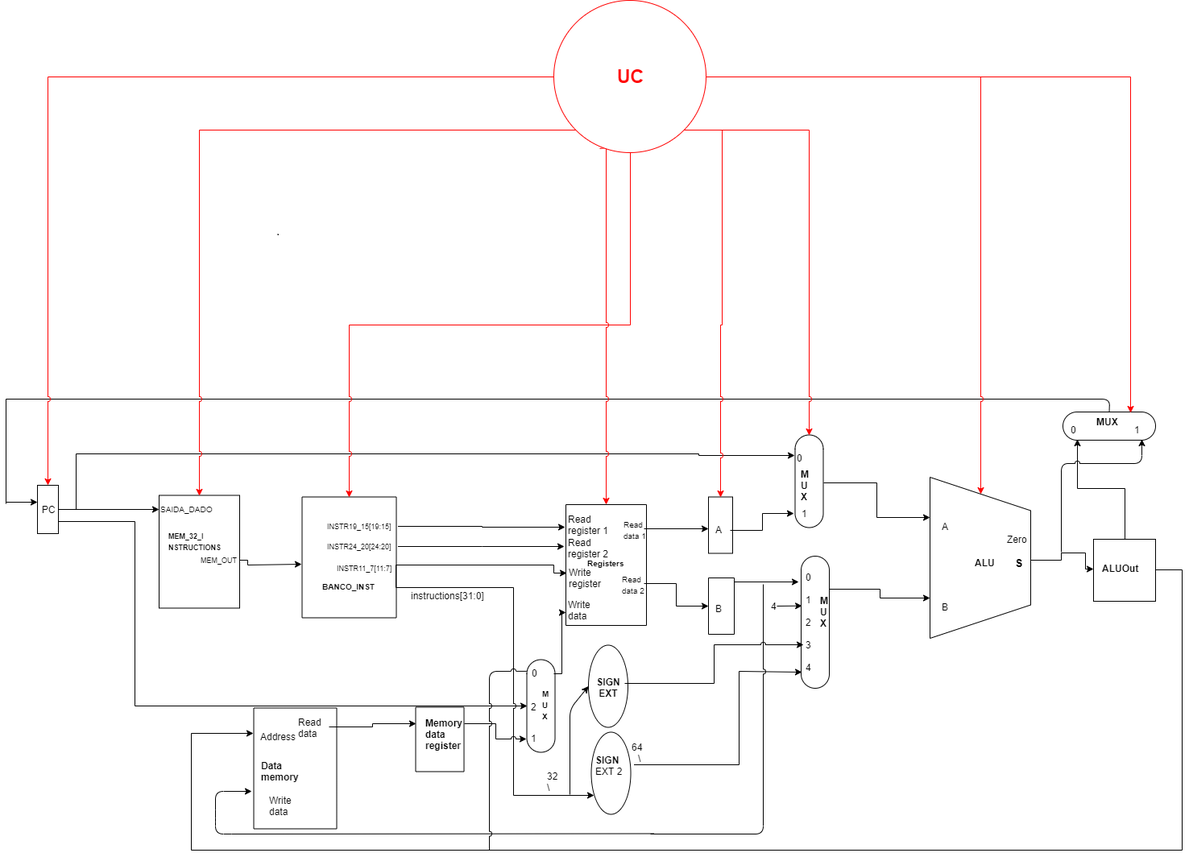
Above: imageMaps/Arquitetura_da_CPU.png in lucasgrisiq/procRISCV (draw.io), before the change. Source tidied: cells renumbered, new cells last; positions are measured from the earlier drawing's top-left corner, leaving out a move shared by most shapes.
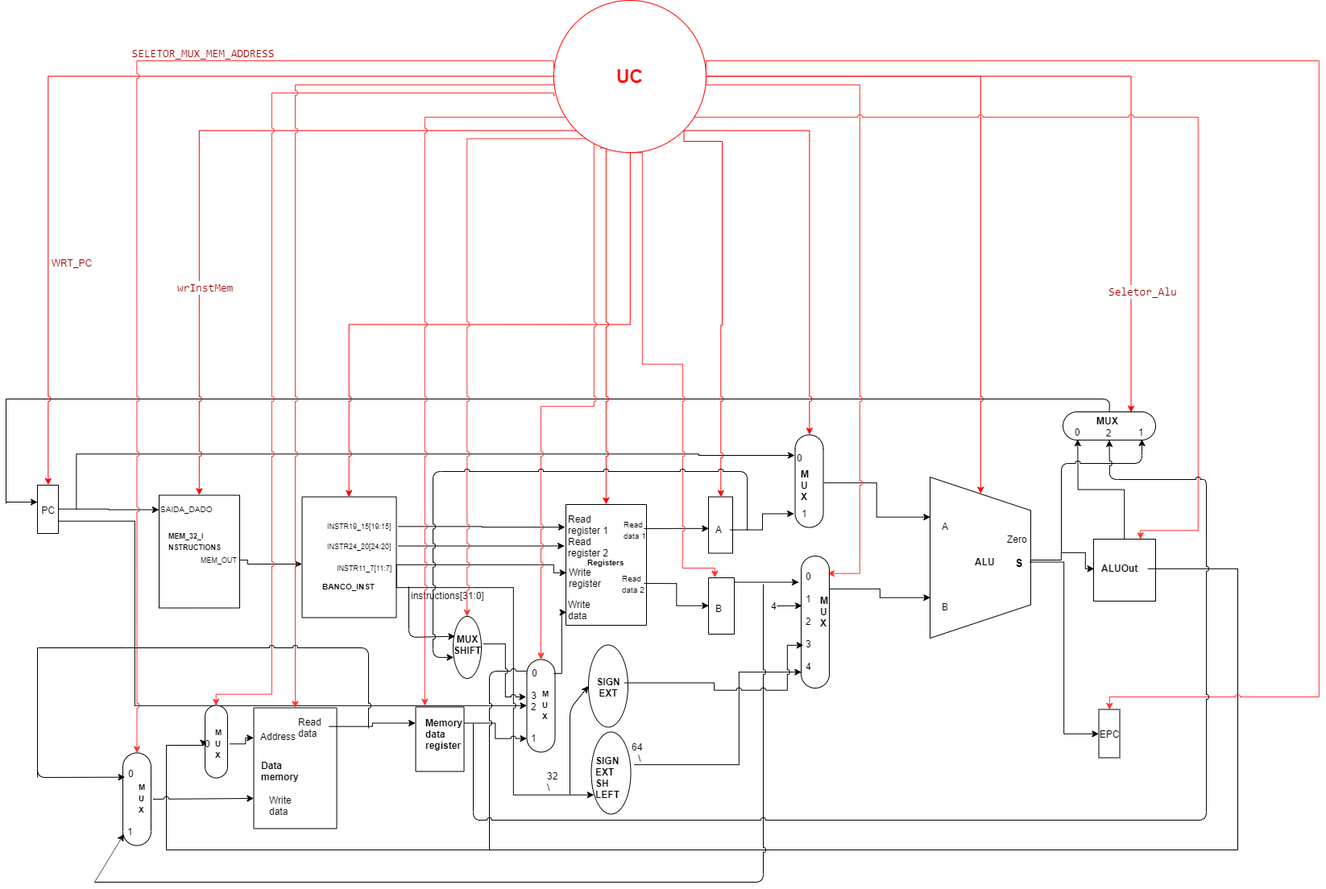
Above is the later version.

Diff of the diagram source:
```diff
@@ -82,4 +82,6 @@
     </mxCell>
-    <mxCell id="17" style="edgeStyle=orthogonalEdgeStyle;rounded=0;jumpStyle=arc;jettySize=auto;html=1;exitX=0.5;exitY=0;exitDx=0;exitDy=0;entryX=0.5;entryY=1.075;entryDx=0;entryDy=0;entryPerimeter=0;" parent="1" edge="1" source="18" target="92">
-      <mxGeometry relative="1" as="geometry" />
+    <mxCell id="17" style="edgeStyle=orthogonalEdgeStyle;rounded=0;jumpStyle=arc;jettySize=auto;html=1;exitX=0.5;exitY=0;exitDx=0;exitDy=0;entryX=0.5;entryY=1.075;entryDx=0;entryDy=0;entryPerimeter=0;" parent="1" edge="1" source="18">
+      <mxGeometry relative="1" as="geometry">
+        <mxPoint x="1330.3" y="545.1" as="targetPoint" />
+      </mxGeometry>
     </mxCell>
@@ -230,13 +232,15 @@
     </mxCell>
-    <mxCell id="60" style="edgeStyle=orthogonalEdgeStyle;rounded=0;jettySize=auto;html=1;exitX=1;exitY=0.5;exitDx=0;exitDy=0;entryX=0.213;entryY=1.005;entryDx=0;entryDy=0;entryPerimeter=0;" parent="1" edge="1" source="18" target="19">
-      <mxGeometry relative="1" as="geometry">
-        <Array as="points">
-          <mxPoint x="1427" y="707" />
-          <mxPoint x="1460" y="707" />
-          <mxPoint x="1460" y="1055" />
-          <mxPoint x="230" y="1055" />
-          <mxPoint x="230" y="910" />
-        </Array>
-      </mxGeometry>
-    </mxCell>
+    <mxCell id="105" style="edgeStyle=orthogonalEdgeStyle;rounded=0;jumpStyle=arc;orthogonalLoop=1;jettySize=auto;html=1;entryX=0.051;entryY=0.639;entryDx=0;entryDy=0;entryPerimeter=0;" parent="1" edge="1">
+      <mxGeometry relative="1" as="geometry">
+        <mxPoint x="1417.5" y="705.7" as="sourcePoint" />
+        <mxPoint x="244.7" y="926.3" as="targetPoint" />
+        <Array as="points">
+          <mxPoint x="1529" y="706" />
+          <mxPoint x="1529" y="1055" />
+          <mxPoint x="199" y="1055" />
+          <mxPoint x="199" y="925" />
+          <mxPoint x="245" y="925" />
+        </Array>
+      </mxGeometry>
+    </mxCell>
     <mxCell id="61" value="&lt;b&gt;ALUOut&lt;/b&gt;" style="text;html=1;align=left;verticalAlign=top;spacingTop=-4;" parent="1" vertex="1">
@@ -288,4 +292,4 @@
     </mxCell>
-    <mxCell id="73" value="&lt;b&gt;SIGN&lt;br&gt;&lt;/b&gt;EXT 2" style="text;html=1;points=[];align=left;verticalAlign=top;spacingTop=-4;" parent="1" vertex="1">
-      <mxGeometry x="729.5" y="933.5" width="50" height="30" as="geometry" />
+    <mxCell id="73" value="&lt;b&gt;SIGN&lt;br&gt;EXT&lt;br&gt;SH&lt;br&gt;LEFT&lt;/b&gt;" style="text;html=1;points=[];align=left;verticalAlign=top;spacingTop=-4;" parent="1" vertex="1">
+      <mxGeometry x="729.5" y="934.5" width="50" height="50" as="geometry" />
     </mxCell>
@@ -311,2 +315,5 @@
     </mxCell>
+    <mxCell id="106" style="edgeStyle=orthogonalEdgeStyle;rounded=0;jumpStyle=arc;jettySize=auto;html=1;entryX=0;entryY=0.5;entryDx=0;entryDy=0;strokeColor=#000000;" parent="1" edge="1" source="77" target="138">
+      <mxGeometry relative="1" as="geometry" />
+    </mxCell>
     <mxCell id="77" value="&lt;b&gt;&lt;font style=&quot;font-size: 14px&quot;&gt;S&lt;/font&gt;&lt;/b&gt;" style="text;html=1;points=[];align=left;verticalAlign=top;spacingTop=-4;" parent="1" vertex="1">
@@ -316,6 +323,6 @@
       <mxGeometry relative="1" as="geometry">
-        <mxPoint x="800" y="1035" as="sourcePoint" />
+        <mxPoint x="110" y="1095" as="sourcePoint" />
         <mxPoint x="940" y="725" as="targetPoint" />
         <Array as="points">
-          <mxPoint x="940" y="1035" />
+          <mxPoint x="940" y="1095" />
         </Array>
@@ -323,19 +330,2 @@
     </mxCell>
-    <mxCell id="79" style="endArrow=none;html=1;" parent="1" edge="1">
-      <mxGeometry relative="1" as="geometry">
-        <mxPoint x="280" y="1035" as="sourcePoint" />
-        <mxPoint x="804.5" y="1034.5" as="targetPoint" />
-      </mxGeometry>
-    </mxCell>
-    <mxCell id="80" style="endArrow=classic;html=1;" parent="1" edge="1">
-      <mxGeometry relative="1" as="geometry">
-        <mxPoint x="280" y="1035" as="sourcePoint" />
-        <mxPoint x="305" y="982" as="targetPoint" />
-        <Array as="points">
-          <mxPoint x="260" y="1035" />
-          <mxPoint x="260" y="1015" />
-          <mxPoint x="260" y="982" />
-        </Array>
-      </mxGeometry>
-    </mxCell>
     <mxCell id="81" value="\" style="text;html=1;align=left;verticalAlign=top;spacingTop=-4;" parent="1" vertex="1">
@@ -364,3 +354,10 @@
     <mxCell id="87" style="edgeStyle=orthogonalEdgeStyle;rounded=0;jumpStyle=arc;jettySize=auto;html=1;exitX=1;exitY=0.25;exitDx=0;exitDy=0;entryX=-0.05;entryY=0.723;entryDx=0;entryDy=0;entryPerimeter=0;" parent="1" edge="1" source="88" target="53">
-      <mxGeometry relative="1" as="geometry" />
+      <mxGeometry relative="1" as="geometry">
+        <Array as="points">
+          <mxPoint x="879" y="847" />
+          <mxPoint x="879" y="857" />
+          <mxPoint x="970" y="857" />
+          <mxPoint x="970" y="801" />
+        </Array>
+      </mxGeometry>
     </mxCell>
@@ -382,5 +379,2 @@
     </mxCell>
-    <mxCell id="92" value="0" style="text;html=1;points=[];align=left;verticalAlign=top;spacingTop=-4;" parent="1" vertex="1">
-      <mxGeometry x="1320" y="523.5" width="20" height="20" as="geometry" />
-    </mxCell>
     <mxCell id="93" value="&lt;b&gt;MUX&lt;br&gt;&lt;br&gt;&lt;/b&gt;" style="text;html=1;points=[];align=left;verticalAlign=top;spacingTop=-4;direction=west;" parent="1" vertex="1">
@@ -388,5 +382,2 @@
     </mxCell>
-    <mxCell id="94" value="1" style="text;html=1;points=[];align=left;verticalAlign=top;spacingTop=-4;" parent="1" vertex="1">
-      <mxGeometry x="1398.5" y="523.5" width="20" height="20" as="geometry" />
-    </mxCell>
     <mxCell id="95" style="endArrow=classic;html=1;jumpStyle=arc;" parent="1" edge="1">
@@ -428,4 +419,100 @@
     <mxCell id="103" style="edgeStyle=orthogonalEdgeStyle;rounded=0;jumpStyle=arc;jettySize=auto;html=1;exitX=1;exitY=1;exitDx=0;exitDy=0;entryX=0;entryY=0.5;entryDx=0;entryDy=0;strokeColor=#FF0000;" parent="1" edge="1" source="104" target="9">
-      <mxGeometry relative="1" as="geometry" />
+      <mxGeometry relative="1" as="geometry">
+        <Array as="points">
+          <mxPoint x="842" y="175" />
+          <mxPoint x="889" y="175" />
+          <mxPoint x="889" y="403" />
+          <mxPoint x="887" y="403" />
+        </Array>
+      </mxGeometry>
     </mxCell>
+    <mxCell id="107" style="edgeStyle=orthogonalEdgeStyle;rounded=0;jumpStyle=arc;jettySize=auto;html=1;exitX=0.212;exitY=0.907;exitDx=0;exitDy=0;entryX=0;entryY=0.5;entryDx=0;entryDy=0;strokeColor=#FF3333;exitPerimeter=0;" parent="1" edge="1" source="104" target="132">
+      <mxGeometry relative="1" as="geometry" />
+    </mxCell>
+    <mxCell id="108" style="edgeStyle=orthogonalEdgeStyle;rounded=0;jumpStyle=arc;jettySize=auto;html=1;exitX=1;exitY=0.5;exitDx=0;exitDy=0;strokeColor=#FF3333;entryX=0.132;entryY=0.057;entryDx=0;entryDy=0;entryPerimeter=0;" parent="1" edge="1" source="104" target="14">
+      <mxGeometry relative="1" as="geometry">
+        <Array as="points">
+          <mxPoint x="869" y="105" />
+          <mxPoint x="1060" y="105" />
+          <mxPoint x="1060" y="712" />
+        </Array>
+      </mxGeometry>
+    </mxCell>
+    <mxCell id="109" style="edgeStyle=orthogonalEdgeStyle;rounded=0;jumpStyle=arc;jettySize=auto;html=1;exitX=1;exitY=1;exitDx=0;exitDy=0;strokeColor=#FF3333;entryX=0.75;entryY=0;entryDx=0;entryDy=0;" parent="1" edge="1" source="104" target="18">
+      <mxGeometry relative="1" as="geometry">
+        <Array as="points">
+          <mxPoint x="842" y="145" />
+          <mxPoint x="1480" y="145" />
+          <mxPoint x="1480" y="658" />
+          <mxPoint x="1408" y="658" />
+        </Array>
+      </mxGeometry>
+    </mxCell>
+    <mxCell id="110" style="edgeStyle=orthogonalEdgeStyle;rounded=0;jumpStyle=arc;jettySize=auto;html=1;exitX=0.5;exitY=1;exitDx=0;exitDy=0;strokeColor=#FF3333;entryX=0;entryY=0.75;entryDx=0;entryDy=0;" parent="1" edge="1" source="104" target="11">
+      <mxGeometry relative="1" as="geometry">
+        <Array as="points">
+          <mxPoint x="790" y="189" />
+          <mxPoint x="790" y="452" />
+          <mxPoint x="840" y="452" />
+          <mxPoint x="840" y="705" />
+          <mxPoint x="880" y="705" />
+        </Array>
+      </mxGeometry>
+    </mxCell>
+    <mxCell id="111" style="edgeStyle=orthogonalEdgeStyle;rounded=0;jumpStyle=arc;jettySize=auto;html=1;exitX=0.006;exitY=0.625;exitDx=0;exitDy=0;strokeColor=#FF3333;entryX=0;entryY=0.5;entryDx=0;entryDy=0;exitPerimeter=0;" parent="1" edge="1" source="104" target="121">
+      <mxGeometry relative="1" as="geometry">
+        <Array as="points">
+          <mxPoint x="680" y="118" />
+          <mxPoint x="680" y="115" />
+          <mxPoint x="330" y="115" />
+          <mxPoint x="330" y="862" />
+          <mxPoint x="261" y="862" />
+        </Array>
+      </mxGeometry>
+    </mxCell>
+    <mxCell id="112" style="edgeStyle=orthogonalEdgeStyle;rounded=0;jumpStyle=arc;jettySize=auto;html=1;strokeColor=#FF3333;" parent="1" edge="1" target="117">
+      <mxGeometry relative="1" as="geometry">
+        <mxPoint x="680" y="85" as="sourcePoint" />
+        <Array as="points">
+          <mxPoint x="680" y="75" />
+          <mxPoint x="162" y="75" />
+        </Array>
+      </mxGeometry>
+    </mxCell>
+    <mxCell id="113" style="edgeStyle=orthogonalEdgeStyle;rounded=0;jumpStyle=arc;jettySize=auto;html=1;exitX=0;exitY=0.5;exitDx=0;exitDy=0;strokeColor=#FF3333;" parent="1" edge="1" source="104" target="19">
+      <mxGeometry relative="1" as="geometry">
+        <Array as="points">
+          <mxPoint x="680" y="105" />
+          <mxPoint x="359" y="105" />
+        </Array>
+      </mxGeometry>
+    </mxCell>
+    <mxCell id="114" style="edgeStyle=orthogonalEdgeStyle;rounded=0;jumpStyle=arc;jettySize=auto;html=1;exitX=0;exitY=1;exitDx=0;exitDy=0;strokeColor=#FF3333;" parent="1" edge="1" source="104" target="22">
+      <mxGeometry relative="1" as="geometry">
+        <Array as="points">
+          <mxPoint x="730" y="162" />
+          <mxPoint x="730" y="504" />
+          <mxPoint x="664" y="504" />
+        </Array>
+      </mxGeometry>
+    </mxCell>
+    <mxCell id="115" style="edgeStyle=orthogonalEdgeStyle;rounded=0;jumpStyle=arc;jettySize=auto;html=1;exitX=0;exitY=1;exitDx=0;exitDy=0;strokeColor=#FF3333;" parent="1" edge="1" source="104">
+      <mxGeometry relative="1" as="geometry">
+        <mxPoint x="520" y="876.1" as="targetPoint" />
+        <Array as="points">
+          <mxPoint x="707" y="145" />
+          <mxPoint x="520" y="145" />
+        </Array>
+      </mxGeometry>
+    </mxCell>
+    <mxCell id="116" style="edgeStyle=orthogonalEdgeStyle;rounded=0;jumpStyle=arc;jettySize=auto;html=1;exitX=1;exitY=0.5;exitDx=0;exitDy=0;strokeColor=#FF3333;entryX=0.5;entryY=0;entryDx=0;entryDy=0;" parent="1" edge="1" source="104" target="138">
+      <mxGeometry relative="1" as="geometry">
+        <Array as="points">
+          <mxPoint x="869" y="75" />
+          <mxPoint x="1630" y="75" />
+          <mxPoint x="1630" y="865" />
+          <mxPoint x="1370" y="865" />
+        </Array>
+      </mxGeometry>
+    </mxCell>
     <mxCell id="104" value="&lt;b&gt;&lt;font style=&quot;font-size: 23px&quot; color=&quot;#ff0000&quot;&gt;UC&lt;/font&gt;&lt;/b&gt;" style="ellipse;whiteSpace=wrap;html=1;strokeColor=#FF0000;" parent="1" vertex="1">
@@ -433,2 +520,123 @@
     </mxCell>
+    <mxCell id="117" style="rounded=1;whiteSpace=wrap;html=1;rotation=90;arcSize=50;" parent="1" vertex="1">
+      <mxGeometry x="105" y="974.5" width="115" height="35" as="geometry" />
+    </mxCell>
+    <mxCell id="118" value="&lt;b&gt;&lt;font style=&quot;font-size: 10px&quot;&gt;M&lt;br&gt;U&lt;br&gt;X&lt;/font&gt;&lt;/b&gt;" style="text;html=1;points=[];align=left;verticalAlign=top;spacingTop=-4;" parent="1" vertex="1">
+      <mxGeometry x="162.5" y="967" width="20" height="50" as="geometry" />
+    </mxCell>
+    <mxCell id="119" value="0" style="text;html=1;align=left;verticalAlign=top;spacingTop=-4;" parent="1" vertex="1">
+      <mxGeometry x="149.5" y="950.5" width="20" height="20" as="geometry" />
+    </mxCell>
+    <mxCell id="94" value="1" style="text;html=1;points=[];align=left;verticalAlign=top;spacingTop=-4;" parent="1" vertex="1">
+      <mxGeometry x="148.5" y="1022.5" width="20" height="20" as="geometry" />
+    </mxCell>
+    <mxCell id="120" style="endArrow=classic;html=1;entryX=0.75;entryY=1;entryDx=0;entryDy=0;jumpStyle=arc;" parent="1" edge="1" source="118" target="19">
+      <mxGeometry relative="1" as="geometry" />
+    </mxCell>
+    <mxCell id="121" style="rounded=1;whiteSpace=wrap;html=1;rotation=90;arcSize=50;" parent="1" vertex="1">
+      <mxGeometry x="216" y="906.5" width="90" height="28" as="geometry" />
+    </mxCell>
+    <mxCell id="122" style="edgeStyle=orthogonalEdgeStyle;rounded=0;jumpStyle=arc;jettySize=auto;html=1;entryX=0.25;entryY=1;entryDx=0;entryDy=0;" parent="1" edge="1" source="123" target="19">
+      <mxGeometry relative="1" as="geometry" />
+    </mxCell>
+    <mxCell id="123" value="&lt;b&gt;&lt;font style=&quot;font-size: 10px&quot;&gt;M&lt;br&gt;U&lt;br&gt;X&lt;/font&gt;&lt;/b&gt;" style="text;html=1;points=[];align=left;verticalAlign=top;spacingTop=-4;" parent="1" vertex="1">
+      <mxGeometry x="257.5" y="898.5" width="20" height="50" as="geometry" />
+    </mxCell>
+    <mxCell id="124" value="0" style="text;html=1;align=left;verticalAlign=top;spacingTop=-4;" parent="1" vertex="1">
+      <mxGeometry x="244.5" y="913.5" width="20" height="20" as="geometry" />
+    </mxCell>
+    <mxCell id="125" style="endArrow=classic;html=1;entryX=-0.108;entryY=0.642;entryDx=0;entryDy=0;entryPerimeter=0;" parent="1" edge="1" target="94">
+      <mxGeometry relative="1" as="geometry">
+        <mxPoint x="110" y="1095" as="sourcePoint" />
+      </mxGeometry>
+    </mxCell>
+    <mxCell id="126" style="endArrow=classic;html=1;entryX=-0.092;entryY=0.933;entryDx=0;entryDy=0;entryPerimeter=0;" parent="1" edge="1">
+      <mxGeometry relative="1" as="geometry">
+        <mxPoint x="39" y="965" as="sourcePoint" />
+        <mxPoint x="147.7" y="964.7" as="targetPoint" />
+        <Array as="points">
+          <mxPoint x="39" y="799" />
+          <mxPoint x="39" y="965" />
+        </Array>
+      </mxGeometry>
+    </mxCell>
+    <mxCell id="127" style="endArrow=none;html=1;jumpStyle=arc;" parent="1" edge="1">
+      <mxGeometry relative="1" as="geometry">
+        <mxPoint x="40" y="804" as="sourcePoint" />
+        <mxPoint x="450" y="904" as="targetPoint" />
+        <Array as="points">
+          <mxPoint x="450" y="804" />
+        </Array>
+      </mxGeometry>
+    </mxCell>
+    <mxCell id="128" style="endArrow=classic;html=1;entryX=0.5;entryY=0;entryDx=0;entryDy=0;jumpStyle=arc;" parent="1" edge="1" target="91">
+      <mxGeometry relative="1" as="geometry">
+        <mxPoint x="580" y="898" as="sourcePoint" />
+        <Array as="points">
+          <mxPoint x="580" y="1018" />
+          <mxPoint x="1490" y="1018" />
+          <mxPoint x="1490" y="595" />
+          <mxPoint x="1370" y="595" />
+        </Array>
+      </mxGeometry>
+    </mxCell>
+    <mxCell id="129" value="0" style="text;html=1;strokeColor=none;fillColor=none;align=center;verticalAlign=middle;whiteSpace=wrap;rounded=0;" parent="1" vertex="1">
+      <mxGeometry x="1320" y="527.5" width="20" height="16" as="geometry" />
+    </mxCell>
+    <mxCell id="130" value="1" style="text;html=1;strokeColor=none;fillColor=none;align=center;verticalAlign=middle;whiteSpace=wrap;rounded=0;" parent="1" vertex="1">
+      <mxGeometry x="1398.5" y="527.5" width="20" height="16" as="geometry" />
+    </mxCell>
+    <mxCell id="131" value="2" style="text;html=1;strokeColor=none;fillColor=none;align=center;verticalAlign=middle;whiteSpace=wrap;rounded=0;" parent="1" vertex="1">
+      <mxGeometry x="1365" y="526.5" width="9" height="20" as="geometry" />
+    </mxCell>
+    <mxCell id="132" style="ellipse;whiteSpace=wrap;html=1;rotation=90;" parent="1" vertex="1">
+      <mxGeometry x="534" y="786" width="77" height="35" as="geometry" />
+    </mxCell>
+    <mxCell id="133" style="endArrow=classic;html=1;exitX=-0.01;exitY=-0.25;exitDx=0;exitDy=0;exitPerimeter=0;entryX=0.321;entryY=0.929;entryDx=0;entryDy=0;entryPerimeter=0;" parent="1" edge="1" target="132">
+      <mxGeometry relative="1" as="geometry">
+        <mxPoint x="500" y="728" as="sourcePoint" />
+        <Array as="points">
+          <mxPoint x="500" y="791" />
+        </Array>
+      </mxGeometry>
+    </mxCell>
+    <mxCell id="134" style="endArrow=classic;html=1;jumpStyle=arc;entryX=0.66;entryY=0.982;entryDx=0;entryDy=0;entryPerimeter=0;" parent="1" edge="1" target="132">
+      <mxGeometry relative="1" as="geometry">
+        <mxPoint x="920" y="658" as="sourcePoint" />
+        <Array as="points">
+          <mxPoint x="920" y="585" />
+          <mxPoint x="530" y="585" />
+          <mxPoint x="530" y="816" />
+        </Array>
+      </mxGeometry>
+    </mxCell>
+    <mxCell id="135" style="edgeStyle=orthogonalEdgeStyle;rounded=0;jumpStyle=arc;jettySize=auto;html=1;entryX=0.401;entryY=1.028;entryDx=0;entryDy=0;entryPerimeter=0;" parent="1" edge="1" source="136" target="22">
+      <mxGeometry relative="1" as="geometry">
+        <Array as="points">
+          <mxPoint x="620" y="799" />
+          <mxPoint x="620" y="865" />
+        </Array>
+      </mxGeometry>
+    </mxCell>
+    <mxCell id="136" value="&lt;b&gt;MUX&lt;br&gt;SHIFT&lt;/b&gt;" style="text;html=1;strokeColor=none;fillColor=none;align=center;verticalAlign=middle;whiteSpace=wrap;rounded=0;" parent="1" vertex="1">
+      <mxGeometry x="552.5" y="789.5" width="40" height="20" as="geometry" />
+    </mxCell>
+    <mxCell id="137" value="3" style="text;html=1;strokeColor=none;fillColor=none;align=center;verticalAlign=middle;whiteSpace=wrap;rounded=0;" parent="1" vertex="1">
+      <mxGeometry x="649" y="853.5" width="11" height="18" as="geometry" />
+    </mxCell>
+    <mxCell id="138" value="EPC" style="rounded=0;whiteSpace=wrap;html=1;rotation=0;" parent="1" vertex="1">
+      <mxGeometry x="1356.5" y="880.5" width="26" height="60" as="geometry" />
+    </mxCell>
+    <mxCell id="139" value="&lt;font color=&quot;#990000&quot;&gt;WRT_PC&lt;/font&gt;" style="text;html=1;strokeColor=none;fillColor=none;align=center;verticalAlign=middle;whiteSpace=wrap;rounded=0;" parent="1" vertex="1">
+      <mxGeometry x="60" y="315" width="40" height="20" as="geometry" />
+    </mxCell>
+    <mxCell id="140" value="&lt;div style=&quot;font-family: &amp;#34;consolas&amp;#34; , &amp;#34;courier new&amp;#34; , monospace ; font-size: 14px ; line-height: 19px ; white-space: pre&quot;&gt;&lt;span style=&quot;background-color: rgb(255 , 255 , 255)&quot;&gt;&lt;font color=&quot;#990000&quot;&gt;SELETOR_MUX_MEM_ADDRESS&lt;/font&gt;&lt;/span&gt;&lt;/div&gt;" style="text;html=1;strokeColor=none;fillColor=none;align=center;verticalAlign=middle;whiteSpace=wrap;rounded=0;" parent="1" vertex="1">
+      <mxGeometry x="224.5" y="55" width="40" height="20" as="geometry" />
+    </mxCell>
+    <mxCell id="141" value="&lt;div style=&quot;font-family: &amp;#34;consolas&amp;#34; , &amp;#34;courier new&amp;#34; , monospace ; font-size: 14px ; line-height: 19px ; white-space: pre&quot;&gt;&lt;span style=&quot;background-color: rgb(255 , 255 , 255)&quot;&gt;&lt;font color=&quot;#990000&quot;&gt;wrInstMem&lt;/font&gt;&lt;/span&gt;&lt;/div&gt;" style="text;html=1;align=left;verticalAlign=top;spacingTop=-4;" parent="1" vertex="1">
+      <mxGeometry x="211" y="345" width="80" height="20" as="geometry" />
+    </mxCell>
+    <mxCell id="142" value="&lt;div style=&quot;font-family: &amp;#34;consolas&amp;#34; , &amp;#34;courier new&amp;#34; , monospace ; font-size: 14px ; line-height: 19px ; white-space: pre&quot;&gt;&lt;span style=&quot;background-color: rgb(255 , 255 , 255)&quot;&gt;&lt;font color=&quot;#990000&quot;&gt;Seletor_Alu&lt;/font&gt;&lt;/span&gt;&lt;/div&gt;" style="text;html=1;align=left;verticalAlign=top;spacingTop=-4;" parent="1" vertex="1">
+      <mxGeometry x="1367" y="350" width="100" height="20" as="geometry" />
+    </mxCell>
   </root>
```
